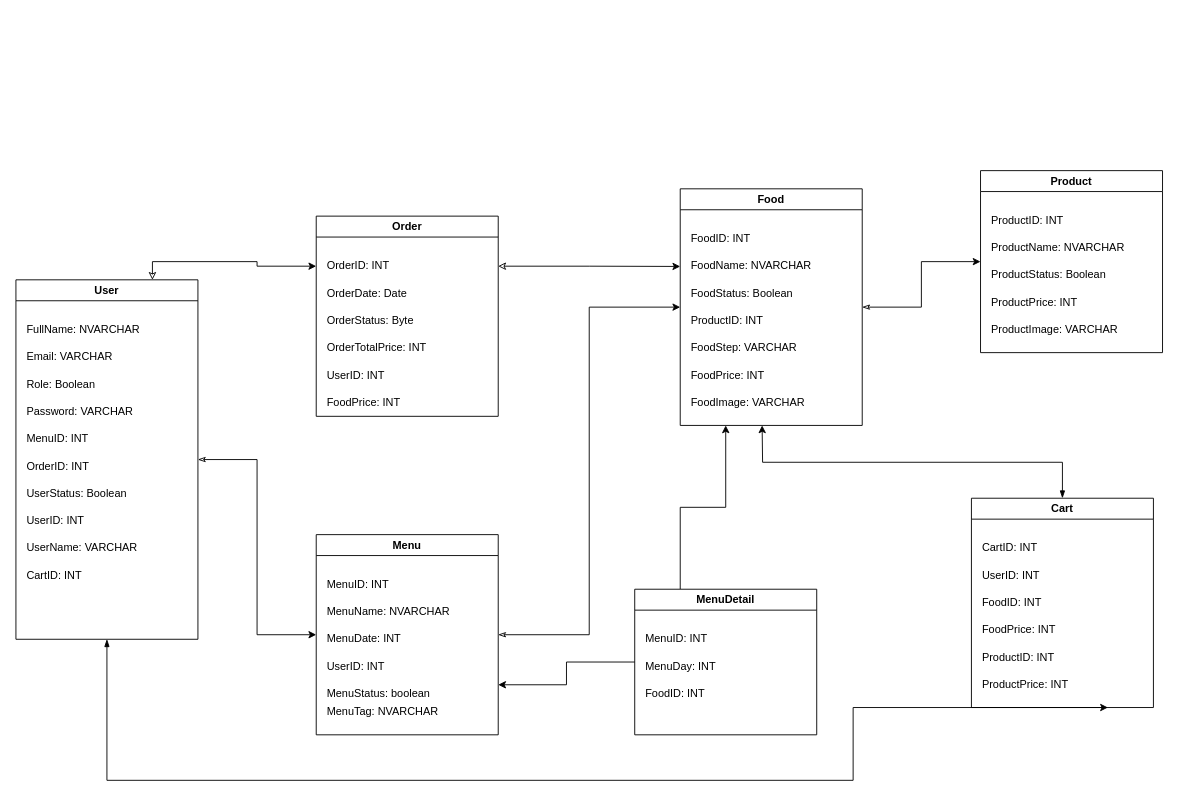
Before: FoodyDone1.drawio in Tien-DT/Foody, a draw.io diagram. Source tidied: cells renumbered, new cells numbered last; positions are measured from the earlier drawing's top-left corner, leaving out a move shared by most shapes. Both pictures are drawn from the tidied source at 91%, with x=0, y=0 at pixel (15, 170).
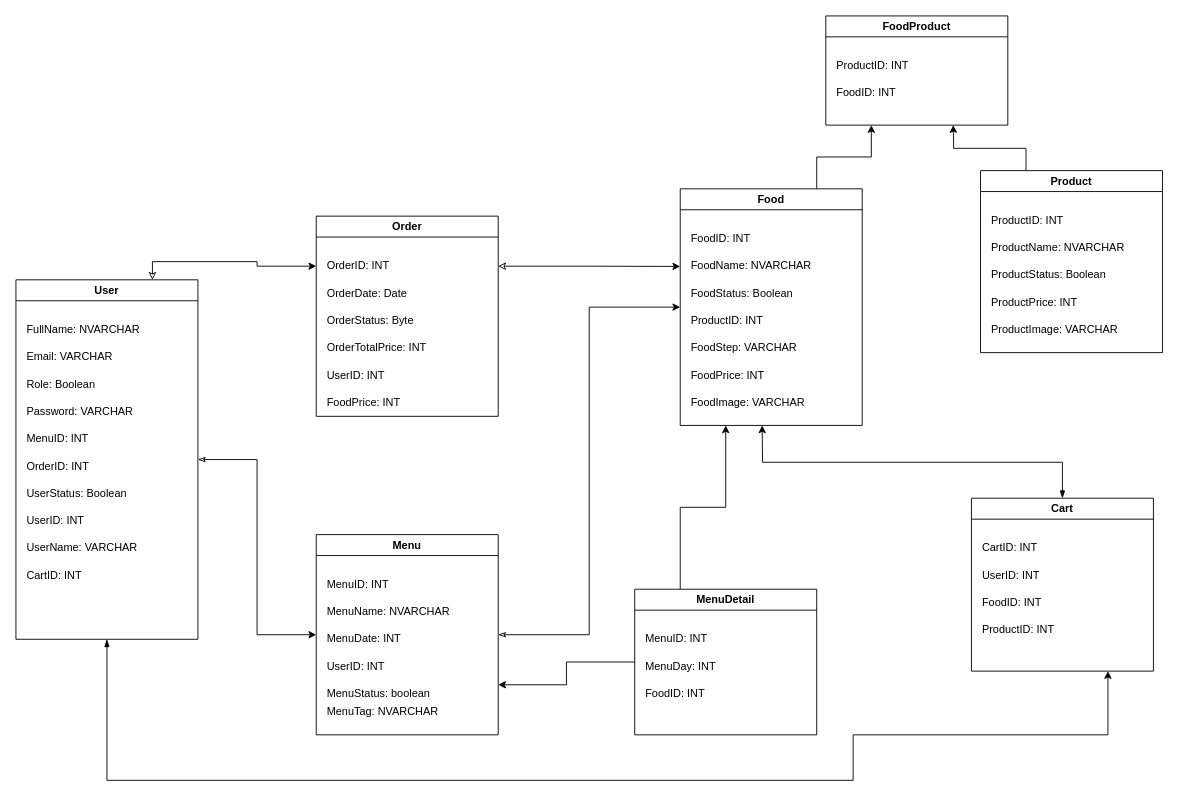
Above is the later version.

The change refers to these unchanged cells:
```xml
<mxCell id="5" value="User" style="swimlane;whiteSpace=wrap;html=1;" parent="1" vertex="1">
  <mxGeometry y="120" width="200" height="395" as="geometry" />
</mxCell>
<mxCell id="25" value="Food" style="swimlane;whiteSpace=wrap;html=1;" parent="1" vertex="1">
  <mxGeometry x="730" y="20" width="200" height="260" as="geometry" />
</mxCell>
<mxCell id="33" value="Product" style="swimlane;whiteSpace=wrap;html=1;" parent="1" vertex="1">
  <mxGeometry x="1060" width="200" height="200" as="geometry" />
</mxCell>
```

The edit, as a diff of the source:
```diff
@@
     <mxCell id="4" style="edgeStyle=orthogonalEdgeStyle;rounded=0;jettySize=auto;html=1;exitX=0.5;exitY=1;exitDx=0;exitDy=0;entryX=0.75;entryY=1;entryDx=0;entryDy=0;startArrow=blockThin;startFill=1;" parent="1" edge="1" source="5" target="48">
       <mxGeometry relative="1" as="geometry">
         <Array as="points">
           <mxPoint x="100" y="670" />
           <mxPoint x="920" y="670" />
+          <mxPoint x="920" y="620" />
+          <mxPoint x="1200" y="620" />
         </Array>
       </mxGeometry>
     </mxCell>
@@
-    <mxCell id="24" style="edgeStyle=orthogonalEdgeStyle;rounded=0;jettySize=auto;html=1;exitX=1;exitY=0.5;exitDx=0;exitDy=0;entryX=0;entryY=0.5;entryDx=0;entryDy=0;startArrow=classicThin;startFill=0;" parent="1" edge="1" source="25" target="33">
-      <mxGeometry relative="1" as="geometry" />
-    </mxCell>
+    <mxCell id="61" style="edgeStyle=orthogonalEdgeStyle;rounded=0;jettySize=auto;html=1;exitX=0.75;exitY=0;exitDx=0;exitDy=0;entryX=0.25;entryY=1;entryDx=0;entryDy=0;" parent="1" edge="1" source="25" target="63">
+      <mxGeometry relative="1" as="geometry" />
+    </mxCell>
@@
+    <mxCell id="62" style="edgeStyle=orthogonalEdgeStyle;rounded=0;jettySize=auto;html=1;exitX=0.25;exitY=0;exitDx=0;exitDy=0;" parent="1" edge="1" source="33">
+      <mxGeometry relative="1" as="geometry">
+        <mxPoint x="1030" y="-50" as="targetPoint" />
+      </mxGeometry>
+    </mxCell>
@@
     <mxCell id="48" value="Cart" style="swimlane;whiteSpace=wrap;html=1;" parent="1" vertex="1">
-      <mxGeometry x="1050" y="360" width="200" height="230" as="geometry" />
+      <mxGeometry x="1050" y="360" width="200" height="190" as="geometry" />
     </mxCell>
@@
     <mxCell id="52" value="ProductID: INT" style="text;html=1;align=left;verticalAlign=middle;whiteSpace=wrap;rounded=0;" parent="48" vertex="1">
-      <mxGeometry x="10" y="160" width="160" height="30" as="geometry" />
+      <mxGeometry x="10" y="130" width="160" height="30" as="geometry" />
     </mxCell>
-    <mxCell id="53" value="FoodPrice: INT" style="text;html=1;align=left;verticalAlign=middle;whiteSpace=wrap;rounded=0;" parent="48" vertex="1">
-      <mxGeometry x="10" y="130" width="160" height="30" as="geometry" />
-    </mxCell>
-    <mxCell id="54" value="ProductPrice: INT" style="text;html=1;align=left;verticalAlign=middle;whiteSpace=wrap;rounded=0;" parent="48" vertex="1">
-      <mxGeometry x="10" y="190" width="160" height="30" as="geometry" />
-    </mxCell>
@@
+    <mxCell id="63" value="FoodProduct" style="swimlane;whiteSpace=wrap;html=1;" parent="1" vertex="1">
+      <mxGeometry x="890" y="-170" width="200" height="120" as="geometry" />
+    </mxCell>
+    <mxCell id="64" value="ProductID: INT" style="text;html=1;align=left;verticalAlign=middle;whiteSpace=wrap;rounded=0;" parent="63" vertex="1">
+      <mxGeometry x="10" y="40" width="160" height="30" as="geometry" />
+    </mxCell>
+    <mxCell id="65" value="FoodID: INT" style="text;html=1;align=left;verticalAlign=middle;whiteSpace=wrap;rounded=0;" parent="63" vertex="1">
+      <mxGeometry x="10" y="70" width="160" height="30" as="geometry" />
+    </mxCell>
```
